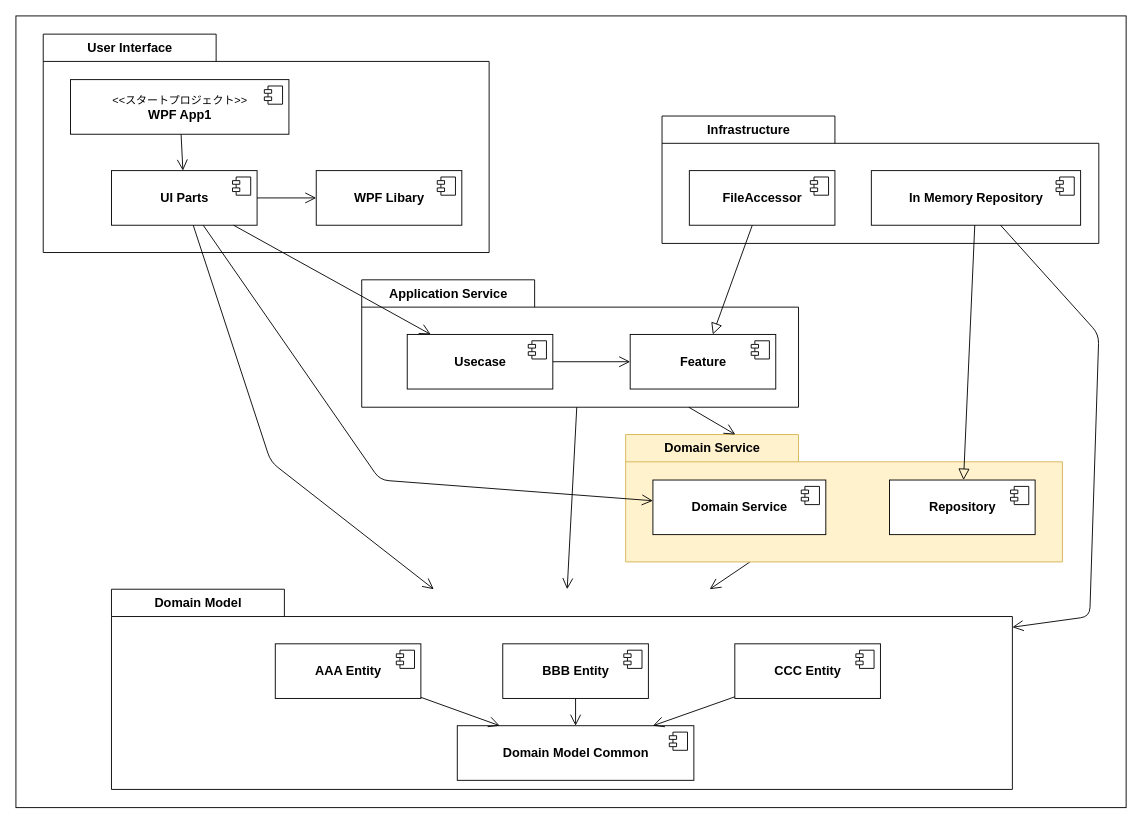
Above: page "Domain Service層コンポーネント" (5 of 23) of Documents/Design/Figures.drawio in bosssanovar/WindowsApp_Template_202404 (draw.io), before the change. Source tidied: cells renumbered, new cells numbered last; positions are measured from the earlier drawing's top-left corner, leaving out a move shared by most shapes. Both pictures are drawn from the tidied source at 91%, with x=0, y=0 at pixel (15, 15).
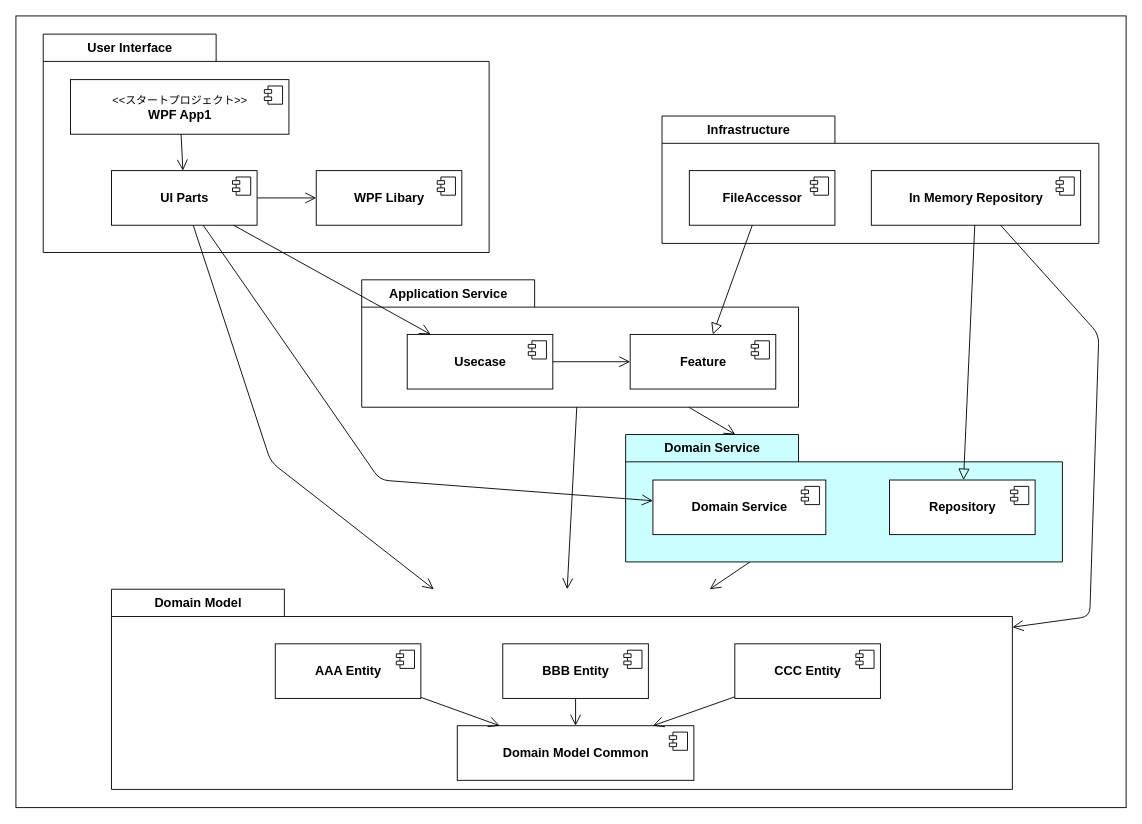
The same page after the edit.

What changed in the source:
```diff
@@
-    <mxCell id="17" value="Domain Service" style="shape=folder;fontStyle=1;tabWidth=190;tabHeight=30;tabPosition=left;html=1;boundedLbl=1;labelInHeader=1;strokeColor=#d6b656;strokeWidth=1;fontSize=14;fillColor=#fff2cc;" parent="1" vertex="1">
+    <mxCell id="17" value="Domain Service" style="shape=folder;fontStyle=1;tabWidth=190;tabHeight=30;tabPosition=left;html=1;boundedLbl=1;labelInHeader=1;strokeWidth=1;fontSize=14;fillColor=#CCFFFF;" parent="1" vertex="1">
       <mxGeometry x="670" y="460" width="480" height="140" as="geometry" />
     </mxCell>
```
